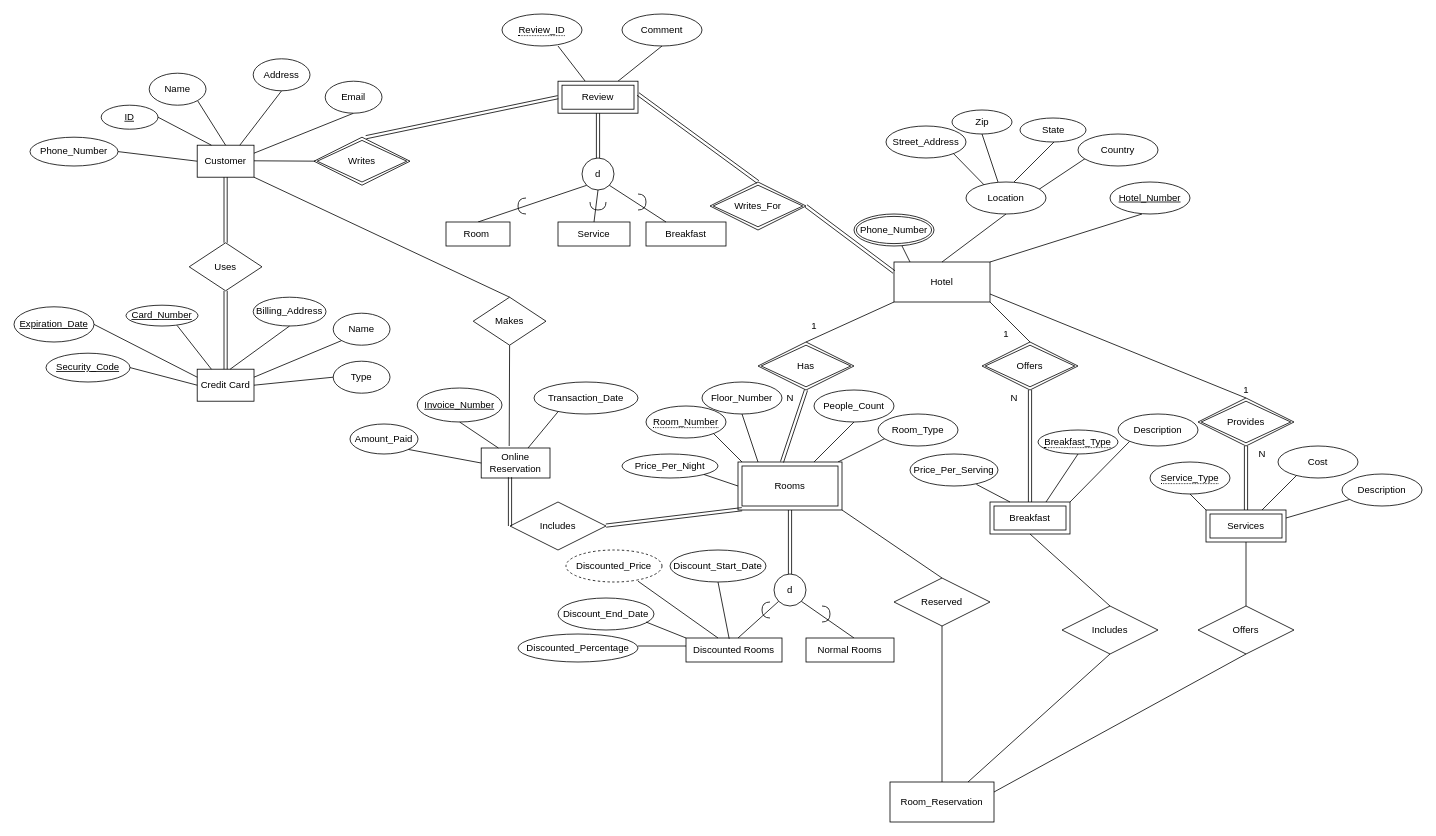
This is diagrams/hotel-entity-0.1.drawio from susbiswas/njit-dbms-project1, a draw.io file, before an edit. Source tidied: cells renumbered, new cells numbered last; positions are measured from the earlier drawing's top-left corner, leaving out a move shared by most shapes. Both pictures are drawn from the tidied source at 80%, with x=0, y=0 at pixel (14, 14).
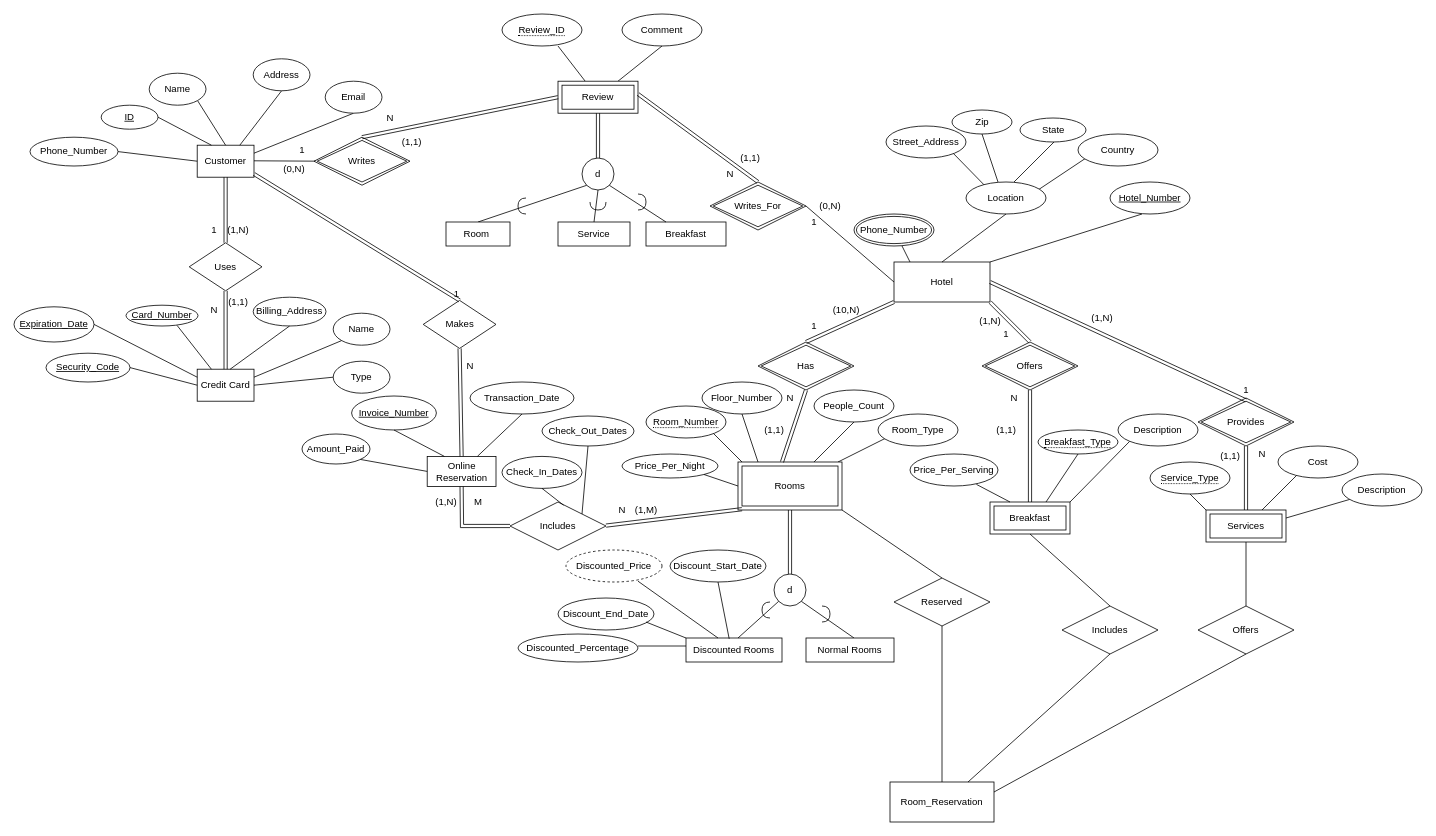
The same diagram, later.

Commit message:
added cardinality and min-max fir some relations

Unchanged cells that the change refers to:
```xml
<mxCell id="18" value="Hotel" style="rounded=0;whiteSpace=wrap;html=1;" parent="1" vertex="1">
  <mxGeometry x="1100" y="310" width="120" height="50" as="geometry" />
</mxCell>
<mxCell id="25" value="Offers" style="shape=rhombus;double=1;perimeter=rhombusPerimeter;whiteSpace=wrap;html=1;align=center;" parent="1" vertex="1">
  <mxGeometry x="1210" y="410" width="120" height="60" as="geometry" />
</mxCell>
<mxCell id="69" value="Includes" style="shape=rhombus;perimeter=rhombusPerimeter;whiteSpace=wrap;html=1;align=center;" parent="1" vertex="1">
  <mxGeometry x="620" y="610" width="120" height="60" as="geometry" />
</mxCell>
<mxCell id="74" value="1" style="text;html=1;align=center;verticalAlign=middle;points=[];" parent="1" vertex="1">
  <mxGeometry x="1530" y="460" width="20" height="20" as="geometry" />
</mxCell>
<mxCell id="76" value="Customer" style="whiteSpace=wrap;html=1;align=center;" parent="1" vertex="1">
  <mxGeometry x="229" y="164" width="71" height="40" as="geometry" />
</mxCell>
<mxCell id="129" value="Review" style="shape=ext;margin=3;double=1;whiteSpace=wrap;html=1;align=center;" parent="1" vertex="1">
  <mxGeometry x="680" y="84" width="100" height="40" as="geometry" />
</mxCell>
<mxCell id="131" value="Writes" style="shape=rhombus;double=1;perimeter=rhombusPerimeter;whiteSpace=wrap;html=1;align=center;" parent="1" vertex="1">
  <mxGeometry x="375" y="154" width="120" height="60" as="geometry" />
</mxCell>
<mxCell id="132" value="Writes_For" style="shape=rhombus;double=1;perimeter=rhombusPerimeter;whiteSpace=wrap;html=1;align=center;" parent="1" vertex="1">
  <mxGeometry x="870" y="210" width="120" height="60" as="geometry" />
</mxCell>
```

Diff of the diagram source:
```diff
@@
-    <mxCell id="7" style="endArrow=none;html=1;entryX=0;entryY=1;entryDx=0;entryDy=0;" parent="1" edge="1" target="18">
-      <mxGeometry relative="1" as="geometry">
-        <mxPoint x="990" y="410" as="sourcePoint" />
-      </mxGeometry>
-    </mxCell>
@@
-    <mxCell id="24" style="endArrow=none;html=1;" parent="1" edge="1">
-      <mxGeometry relative="1" as="geometry">
-        <mxPoint x="1270" y="410" as="sourcePoint" />
-        <mxPoint x="1220" y="360" as="targetPoint" />
-      </mxGeometry>
-    </mxCell>
@@
-    <mxCell id="31" style="endArrow=none;html=1;" parent="1" edge="1">
-      <mxGeometry relative="1" as="geometry">
-        <mxPoint x="1220" y="350" as="sourcePoint" />
-        <mxPoint x="1540" y="480" as="targetPoint" />
-      </mxGeometry>
-    </mxCell>
@@
     <mxCell id="102" value="Online Reservation" style="whiteSpace=wrap;html=1;align=center;" parent="1" vertex="1">
-      <mxGeometry x="584" y="542.5" width="86" height="37.5" as="geometry" />
+      <mxGeometry x="516.5" y="553" width="86" height="37.5" as="geometry" />
     </mxCell>
-    <mxCell id="103" style="endArrow=none;html=1;rounded=0;exitX=0.5;exitY=1;exitDx=0;exitDy=0;" parent="1" edge="1" source="104">
-      <mxGeometry relative="1" as="geometry">
-        <mxPoint x="619" y="540" as="targetPoint" />
-      </mxGeometry>
-    </mxCell>
     <mxCell id="104" value="Makes" style="shape=rhombus;perimeter=rhombusPerimeter;whiteSpace=wrap;html=1;align=center;" parent="1" vertex="1">
-      <mxGeometry x="574" y="354" width="91" height="60" as="geometry" />
+      <mxGeometry x="511.5" y="358" width="91" height="60" as="geometry" />
     </mxCell>
-    <mxCell id="105" style="endArrow=none;html=1;rounded=0;entryX=0.5;entryY=0;entryDx=0;entryDy=0;exitX=1;exitY=1;exitDx=0;exitDy=0;" parent="1" edge="1" source="76" target="104">
-      <mxGeometry relative="1" as="geometry" />
-    </mxCell>
     <mxCell id="106" value="Transaction_Date" style="ellipse;whiteSpace=wrap;html=1;align=center;" parent="1" vertex="1">
-      <mxGeometry x="650" y="460" width="130" height="40" as="geometry" />
+      <mxGeometry x="570" y="460" width="130" height="40" as="geometry" />
     </mxCell>
     <mxCell id="107" value="Amount_Paid" style="ellipse;whiteSpace=wrap;html=1;align=center;" parent="1" vertex="1">
-      <mxGeometry x="420" y="512.5" width="85" height="37.5" as="geometry" />
+      <mxGeometry x="360" y="525" width="85" height="37.5" as="geometry" />
     </mxCell>
     <mxCell id="108" value="Invoice_Number" style="ellipse;whiteSpace=wrap;html=1;align=center;fontStyle=4;" parent="1" vertex="1">
-      <mxGeometry x="504" y="467.5" width="106" height="42.5" as="geometry" />
+      <mxGeometry x="422" y="477.5" width="106" height="42.5" as="geometry" />
     </mxCell>
@@
-    <mxCell id="111" style="endArrow=none;html=1;rounded=0;" parent="1" edge="1" source="102">
-      <mxGeometry relative="1" as="geometry">
-        <mxPoint x="680.2" y="497" as="targetPoint" />
-      </mxGeometry>
+    <mxCell id="111" style="endArrow=none;html=1;rounded=0;entryX=0.5;entryY=1;entryDx=0;entryDy=0;" parent="1" edge="1" source="102" target="106">
+      <mxGeometry relative="1" as="geometry" />
     </mxCell>
-    <mxCell id="112" style="shape=link;html=1;rounded=0;entryX=0;entryY=0.5;entryDx=0;entryDy=0;" parent="1" edge="1" target="69">
+    <mxCell id="112" style="shape=link;html=1;rounded=0;entryX=0;entryY=0.5;entryDx=0;entryDy=0;exitX=0.5;exitY=1;exitDx=0;exitDy=0;" parent="1" edge="1" source="102" target="69">
       <mxGeometry relative="1" as="geometry">
-        <mxPoint x="620" y="579" as="sourcePoint" />
+        <Array as="points">
+          <mxPoint x="560" y="640" />
+        </Array>
       </mxGeometry>
     </mxCell>
@@
-    <mxCell id="144" style="shape=link;html=1;rounded=0;entryX=0;entryY=0.5;entryDx=0;entryDy=0;" parent="1" edge="1" target="129">
-      <mxGeometry relative="1" as="geometry">
-        <mxPoint x="440" y="154" as="sourcePoint" />
-      </mxGeometry>
+    <mxCell id="144" style="shape=link;html=1;rounded=0;entryX=0;entryY=0.5;entryDx=0;entryDy=0;exitX=0.5;exitY=0;exitDx=0;exitDy=0;" parent="1" edge="1" source="131" target="129">
+      <mxGeometry relative="1" as="geometry" />
     </mxCell>
@@
+    <mxCell id="147" style="shape=link;html=1;rounded=0;entryX=0;entryY=1;entryDx=0;entryDy=0;" parent="1" edge="1" target="18">
+      <mxGeometry relative="1" as="geometry">
+        <mxPoint x="990" y="410" as="sourcePoint" />
+      </mxGeometry>
+    </mxCell>
+    <mxCell id="148" style="shape=link;html=1;rounded=0;entryX=0.5;entryY=0;entryDx=0;entryDy=0;exitX=1;exitY=1;exitDx=0;exitDy=0;" parent="1" edge="1" source="18" target="25">
+      <mxGeometry relative="1" as="geometry" />
+    </mxCell>
+    <mxCell id="149" style="shape=link;html=1;rounded=0;exitX=1;exitY=0.5;exitDx=0;exitDy=0;entryX=0.5;entryY=1.15;entryDx=0;entryDy=0;entryPerimeter=0;" parent="1" edge="1" source="18" target="74">
+      <mxGeometry relative="1" as="geometry" />
+    </mxCell>
+    <mxCell id="150" value="(10,N)" style="text;html=1;align=center;verticalAlign=middle;" parent="1" vertex="1">
+      <mxGeometry x="1015" y="360" width="50" height="20" as="geometry" />
+    </mxCell>
+    <mxCell id="151" value="(1,1)" style="text;html=1;align=center;verticalAlign=middle;" parent="1" vertex="1">
+      <mxGeometry x="930" y="510" width="40" height="20" as="geometry" />
+    </mxCell>
+    <mxCell id="152" value="(1,N)" style="text;html=1;align=center;verticalAlign=middle;" parent="1" vertex="1">
+      <mxGeometry x="1200" y="374" width="40" height="20" as="geometry" />
+    </mxCell>
+    <mxCell id="153" value="(1,1)" style="text;html=1;align=center;verticalAlign=middle;" parent="1" vertex="1">
+      <mxGeometry x="1220" y="510" width="40" height="20" as="geometry" />
+    </mxCell>
+    <mxCell id="154" value="(1,N)" style="text;html=1;align=center;verticalAlign=middle;" parent="1" vertex="1">
+      <mxGeometry x="1340" y="370" width="40" height="20" as="geometry" />
+    </mxCell>
+    <mxCell id="155" value="(1,1)" style="text;html=1;align=center;verticalAlign=middle;" parent="1" vertex="1">
+      <mxGeometry x="1500" y="542.5" width="40" height="20" as="geometry" />
+    </mxCell>
+    <mxCell id="156" value="N" style="text;html=1;align=center;verticalAlign=middle;" parent="1" vertex="1">
+      <mxGeometry x="560" y="430" width="20" height="20" as="geometry" />
+    </mxCell>
+    <mxCell id="157" value="N" style="text;html=1;align=center;verticalAlign=middle;" parent="1" vertex="1">
+      <mxGeometry x="750" y="610" width="20" height="20" as="geometry" />
+    </mxCell>
+    <mxCell id="158" value="M" style="text;html=1;align=center;verticalAlign=middle;" parent="1" vertex="1">
+      <mxGeometry x="565" y="600" width="30" height="20" as="geometry" />
+    </mxCell>
+    <mxCell id="159" value="(1,M)" style="text;html=1;align=center;verticalAlign=middle;" parent="1" vertex="1">
+      <mxGeometry x="770" y="610" width="40" height="20" as="geometry" />
+    </mxCell>
+    <mxCell id="160" value="(1,N)" style="text;html=1;align=center;verticalAlign=middle;" parent="1" vertex="1">
+      <mxGeometry x="520" y="600" width="40" height="20" as="geometry" />
+    </mxCell>
+    <mxCell id="161" value="Check_In_Dates" style="ellipse;whiteSpace=wrap;html=1;align=center;" parent="1" vertex="1">
+      <mxGeometry x="610" y="553" width="100" height="40" as="geometry" />
+    </mxCell>
+    <mxCell id="162" value="Check_Out_Dates" style="ellipse;whiteSpace=wrap;html=1;align=center;" parent="1" vertex="1">
+      <mxGeometry x="660" y="502.5" width="115" height="37.5" as="geometry" />
+    </mxCell>
+    <mxCell id="163" style="endArrow=none;html=1;rounded=0;exitX=0.5;exitY=1;exitDx=0;exitDy=0;entryX=0.558;entryY=0.067;entryDx=0;entryDy=0;entryPerimeter=0;" parent="1" edge="1" source="161" target="69">
+      <mxGeometry relative="1" as="geometry" />
+    </mxCell>
+    <mxCell id="164" style="endArrow=none;html=1;rounded=0;exitX=1;exitY=0;exitDx=0;exitDy=0;entryX=0.5;entryY=1;entryDx=0;entryDy=0;" parent="1" edge="1" source="69" target="162">
+      <mxGeometry relative="1" as="geometry" />
+    </mxCell>
+    <mxCell id="165" value="N" style="text;html=1;align=center;verticalAlign=middle;" parent="1" vertex="1">
+      <mxGeometry x="240" y="360" width="20" height="20" as="geometry" />
+    </mxCell>
+    <mxCell id="166" value="1" style="text;html=1;align=center;verticalAlign=middle;" parent="1" vertex="1">
+      <mxGeometry x="240" y="260" width="20" height="20" as="geometry" />
+    </mxCell>
+    <mxCell id="167" value="(1,1)" style="text;html=1;align=center;verticalAlign=middle;" parent="1" vertex="1">
+      <mxGeometry x="260" y="350" width="40" height="20" as="geometry" />
+    </mxCell>
+    <mxCell id="168" value="(1,N)" style="text;html=1;align=center;verticalAlign=middle;" parent="1" vertex="1">
+      <mxGeometry x="260" y="260" width="40" height="20" as="geometry" />
+    </mxCell>
+    <mxCell id="169" style="shape=link;html=1;rounded=0;entryX=0.5;entryY=0;entryDx=0;entryDy=0;" parent="1" edge="1" target="104">
+      <mxGeometry relative="1" as="geometry">
+        <mxPoint x="300" y="200" as="sourcePoint" />
+      </mxGeometry>
+    </mxCell>
+    <mxCell id="170" value="1" style="html=1;align=right;verticalAlign=bottom;" parent="169" vertex="1">
+      <mxGeometry x="1" relative="1" as="geometry" />
+    </mxCell>
+    <mxCell id="171" style="shape=link;html=1;rounded=0;entryX=0.5;entryY=0;entryDx=0;entryDy=0;exitX=0.5;exitY=1;exitDx=0;exitDy=0;" parent="1" edge="1" source="104" target="102">
+      <mxGeometry relative="1" as="geometry" />
+    </mxCell>
+    <mxCell id="172" value="1" style="text;html=1;align=center;verticalAlign=middle;" parent="1" vertex="1">
+      <mxGeometry x="350" y="160" width="20" height="20" as="geometry" />
+    </mxCell>
+    <mxCell id="173" value="N" style="text;html=1;align=center;verticalAlign=middle;" parent="1" vertex="1">
+      <mxGeometry x="460" y="120" width="20" height="20" as="geometry" />
+    </mxCell>
+    <mxCell id="174" value="(1,1)" style="text;html=1;align=center;verticalAlign=middle;" parent="1" vertex="1">
+      <mxGeometry x="476.5" y="150" width="40" height="20" as="geometry" />
+    </mxCell>
+    <mxCell id="175" value="(0,N)" style="text;html=1;align=center;verticalAlign=middle;" parent="1" vertex="1">
+      <mxGeometry x="330" y="184" width="40" height="20" as="geometry" />
+    </mxCell>
-    <mxCell id="146" style="shape=link;html=1;rounded=0;exitX=1;exitY=0.5;exitDx=0;exitDy=0;entryX=0;entryY=0.25;entryDx=0;entryDy=0;" parent="1" edge="1" source="132" target="18">
+    <mxCell id="146" style="endArrow=none;html=1;rounded=0;exitX=1;exitY=0.5;exitDx=0;exitDy=0;entryX=0;entryY=0.5;entryDx=0;entryDy=0;" parent="1" edge="1" source="132" target="18">
       <mxGeometry relative="1" as="geometry" />
     </mxCell>
+    <mxCell id="176" value="N" style="text;html=1;align=center;verticalAlign=middle;" parent="1" vertex="1">
+      <mxGeometry x="885" y="190" width="20" height="20" as="geometry" />
+    </mxCell>
+    <mxCell id="177" value="1" style="text;html=1;align=center;verticalAlign=middle;" parent="1" vertex="1">
+      <mxGeometry x="990" y="250" width="20" height="20" as="geometry" />
+    </mxCell>
+    <mxCell id="178" value="(0,N)" style="text;html=1;align=center;verticalAlign=middle;" parent="1" vertex="1">
+      <mxGeometry x="1000" y="230" width="40" height="20" as="geometry" />
+    </mxCell>
+    <mxCell id="179" value="(1,1)" style="text;html=1;align=center;verticalAlign=middle;" parent="1" vertex="1">
+      <mxGeometry x="900" y="170" width="40" height="20" as="geometry" />
+    </mxCell>
```
